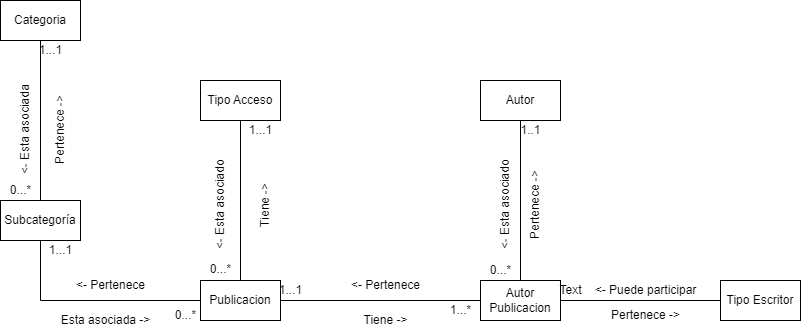
Before: ModeloDeDominio.drawio.png, a diagram exported from draw.io (Seletex/DOO-Hola-Personal). Source tidied: cells renumbered, new cells last; positions are measured from the earlier drawing's top-left corner, leaving out a move shared by most shapes.
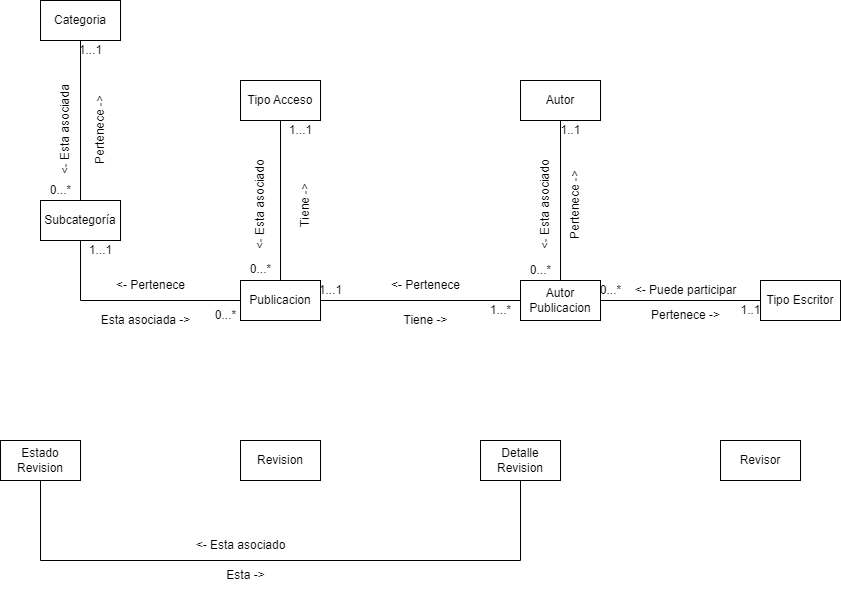
Above is the later version.

What changed in the source:
```diff
@@ -108,11 +108,40 @@
     <mxCell id="35" value="&amp;lt;- Puede participar" style="text;html=1;align=center;verticalAlign=middle;strokeColor=none;fillColor=none;rotation=0;" parent="1" vertex="1">
       <mxGeometry x="610" y="275" width="130" height="30" as="geometry" />
     </mxCell>
-    <mxCell id="36" value="Text" style="text;html=1;align=center;verticalAlign=middle;strokeColor=none;fillColor=none;" parent="1" vertex="1">
-      <mxGeometry x="575" y="275" width="50" height="30" as="geometry" />
+    <mxCell id="36" value="0...*" style="text;html=1;align=center;verticalAlign=middle;strokeColor=none;fillColor=none;" parent="1" vertex="1">
+      <mxGeometry x="580" y="275" width="40" height="30" as="geometry" />
     </mxCell>
     <mxCell id="37" value="Pertenece -&amp;gt;" style="text;html=1;align=center;verticalAlign=middle;strokeColor=none;fillColor=none;rotation=0;" parent="1" vertex="1">
       <mxGeometry x="630" y="300" width="90" height="30" as="geometry" />
     </mxCell>
+    <mxCell id="38" value="1..1" style="text;html=1;align=center;verticalAlign=middle;strokeColor=none;fillColor=none;" parent="1" vertex="1">
+      <mxGeometry x="720" y="295" width="40" height="30" as="geometry" />
+    </mxCell>
+    <mxCell id="39" value="Revision" style="rounded=0;whiteSpace=wrap;html=1;" parent="1" vertex="1">
+      <mxGeometry x="230" y="440" width="80" height="40" as="geometry" />
+    </mxCell>
+    <mxCell id="40" style="edgeStyle=orthogonalEdgeStyle;rounded=0;jettySize=auto;html=1;endArrow=none;endFill=0;" parent="1" edge="1" source="41" target="42">
+      <mxGeometry relative="1" as="geometry">
+        <Array as="points">
+          <mxPoint x="30" y="560" />
+          <mxPoint x="510" y="560" />
+        </Array>
+      </mxGeometry>
+    </mxCell>
+    <mxCell id="41" value="Estado Revision" style="rounded=0;whiteSpace=wrap;html=1;" parent="1" vertex="1">
+      <mxGeometry x="-10" y="440" width="80" height="40" as="geometry" />
+    </mxCell>
+    <mxCell id="42" value="Detalle Revision" style="rounded=0;whiteSpace=wrap;html=1;" parent="1" vertex="1">
+      <mxGeometry x="470" y="440" width="80" height="40" as="geometry" />
+    </mxCell>
+    <mxCell id="43" value="Revisor" style="rounded=0;whiteSpace=wrap;html=1;" parent="1" vertex="1">
+      <mxGeometry x="710" y="440" width="80" height="40" as="geometry" />
+    </mxCell>
+    <mxCell id="44" value="&amp;lt;- Esta asociado" style="text;html=1;align=center;verticalAlign=middle;strokeColor=none;fillColor=none;rotation=0;" parent="1" vertex="1">
+      <mxGeometry x="175" y="530" width="110" height="30" as="geometry" />
+    </mxCell>
+    <mxCell id="45" value="Esta -&amp;gt;" style="text;html=1;align=center;verticalAlign=middle;strokeColor=none;fillColor=none;rotation=0;" parent="1" vertex="1">
+      <mxGeometry x="205" y="560" width="60" height="30" as="geometry" />
+    </mxCell>
   </root>
 </mxGraphModel>
```
